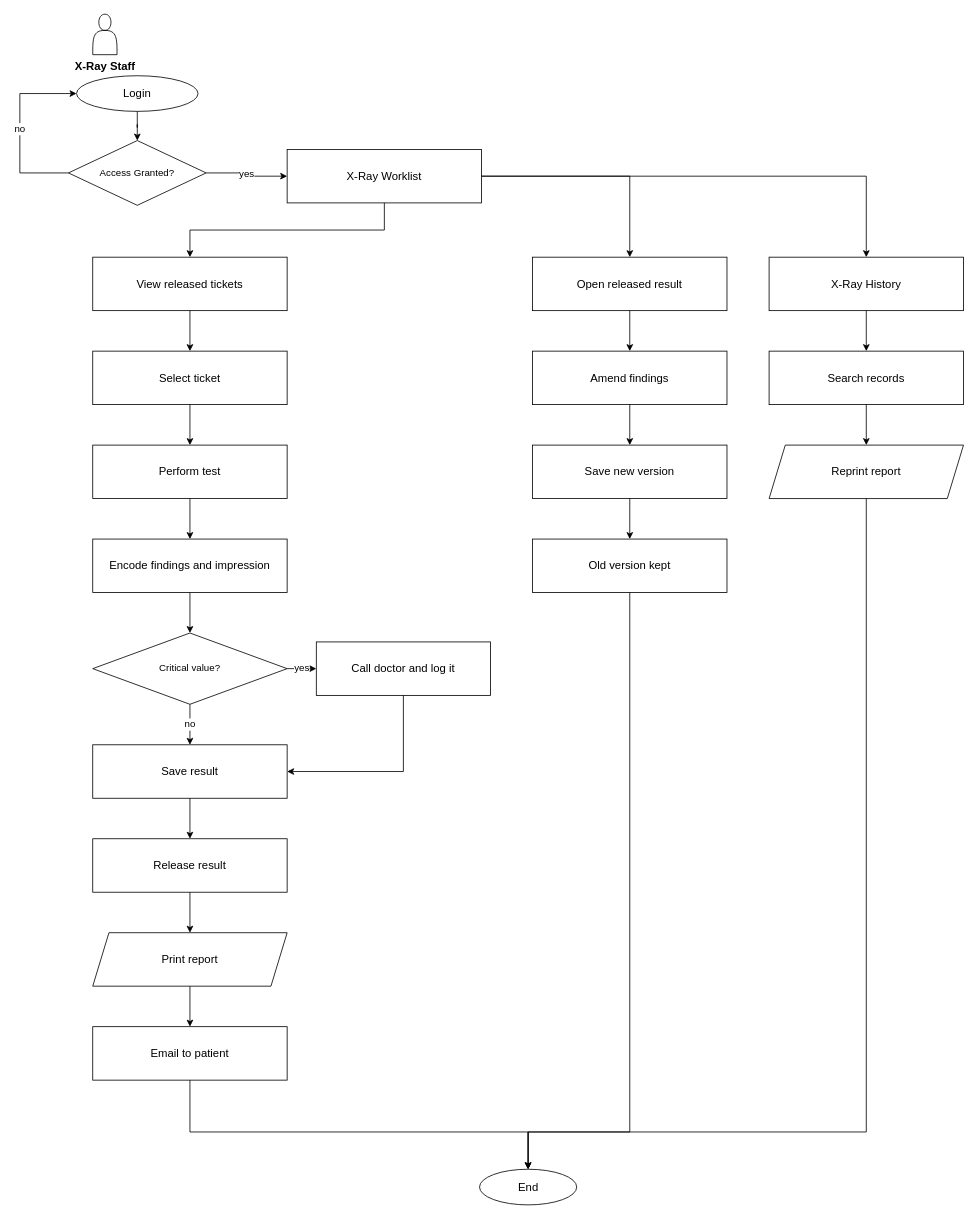
Earlier version of the draw.io diagram page "X-Ray" (7 of 8) of docs/diagrams/flowcharts.drawio (steven23lz/Enlogada-Clinic-Management-System). Source tidied: cells renumbered, new cells numbered last; positions are measured from the earlier drawing's top-left corner, leaving out a move shared by most shapes. Both pictures are drawn from the tidied source at 81%, with x=0, y=0 at pixel (19, 14).
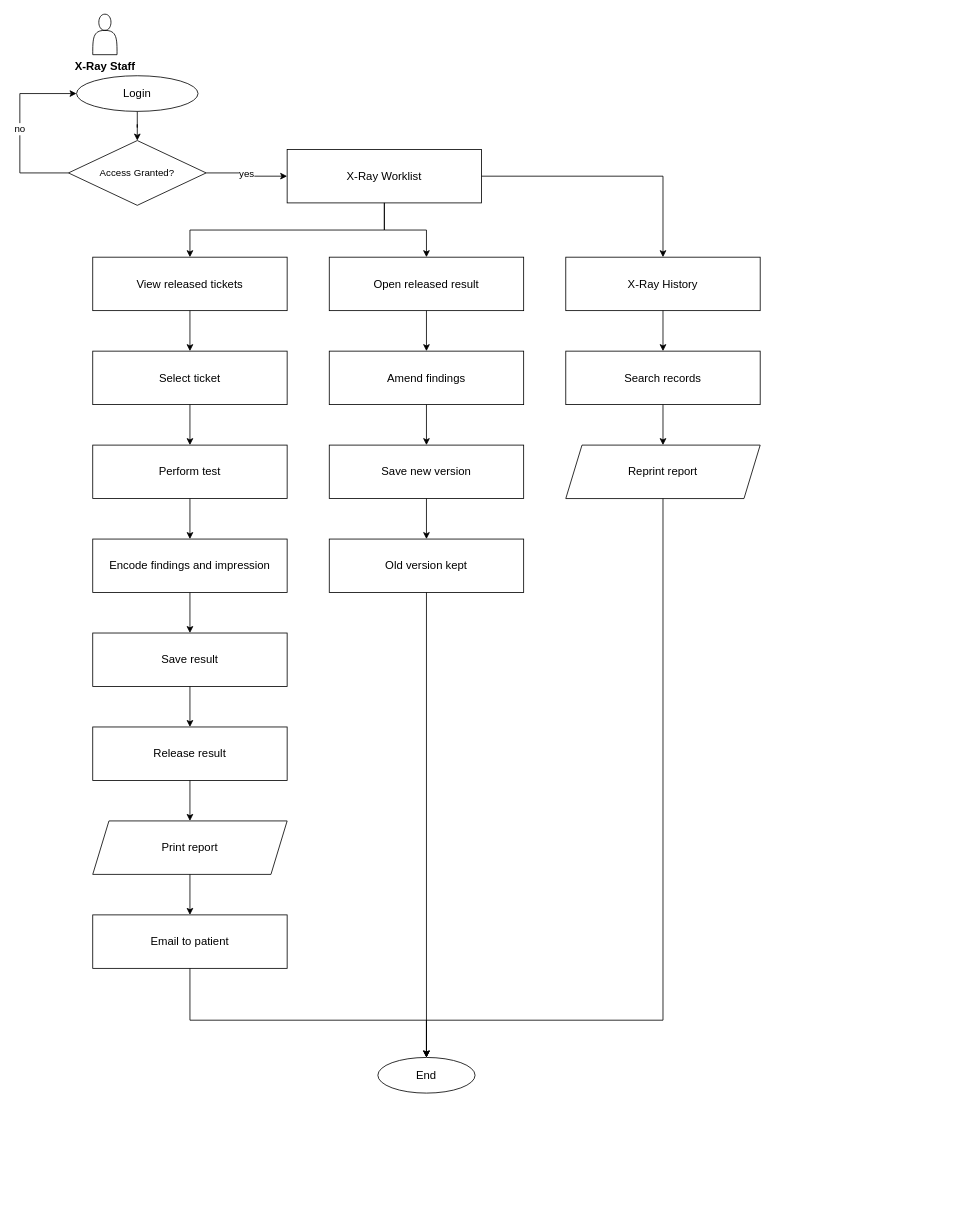
The same diagram, later.

Unchanged cells that the change refers to:
```xml
<mxCell id="5" value="X-Ray Worklist" style="rounded=0;whiteSpace=wrap;html=1;fontFamily=Helvetica;fontSize=14;fontColor=#000000;strokeColor=#000000;" parent="1" vertex="1">
  <mxGeometry x="330" y="167" width="240" height="66" as="geometry" />
</mxCell>
<mxCell id="9" value="View released tickets" style="rounded=0;whiteSpace=wrap;html=1;fontFamily=Helvetica;fontSize=14;fontColor=#000000;strokeColor=#000000;" parent="1" vertex="1">
  <mxGeometry x="90" y="300" width="240" height="66" as="geometry" />
</mxCell>
<mxCell id="10" value="Select ticket" style="rounded=0;whiteSpace=wrap;html=1;fontFamily=Helvetica;fontSize=14;fontColor=#000000;strokeColor=#000000;" parent="1" vertex="1">
  <mxGeometry x="90" y="416" width="240" height="66" as="geometry" />
</mxCell>
<mxCell id="11" value="Perform test" style="rounded=0;whiteSpace=wrap;html=1;fontFamily=Helvetica;fontSize=14;fontColor=#000000;strokeColor=#000000;" parent="1" vertex="1">
  <mxGeometry x="90" y="532" width="240" height="66" as="geometry" />
</mxCell>
<mxCell id="12" value="Encode findings and impression" style="rounded=0;whiteSpace=wrap;html=1;fontFamily=Helvetica;fontSize=14;fontColor=#000000;strokeColor=#000000;" parent="1" vertex="1">
  <mxGeometry x="90" y="648" width="240" height="66" as="geometry" />
</mxCell>
```

The edit, as a diff of the source:
```diff
@@
-    <mxCell id="13" value="Critical value?" style="rhombus;whiteSpace=wrap;html=1;fontFamily=Helvetica;fontSize=12;fontColor=#000000;strokeColor=#000000;" parent="1" vertex="1">
-      <mxGeometry x="90" y="764" width="240" height="88" as="geometry" />
+    <mxCell id="13" value="Save result" style="rounded=0;whiteSpace=wrap;html=1;fontFamily=Helvetica;fontSize=14;fontColor=#000000;strokeColor=#000000;" parent="1" vertex="1">
+      <mxGeometry x="90" y="764" width="240" height="66" as="geometry" />
     </mxCell>
-    <mxCell id="14" value="Save result" style="rounded=0;whiteSpace=wrap;html=1;fontFamily=Helvetica;fontSize=14;fontColor=#000000;strokeColor=#000000;" parent="1" vertex="1">
-      <mxGeometry x="90" y="902" width="240" height="66" as="geometry" />
+    <mxCell id="14" value="Release result" style="rounded=0;whiteSpace=wrap;html=1;fontFamily=Helvetica;fontSize=14;fontColor=#000000;strokeColor=#000000;" parent="1" vertex="1">
+      <mxGeometry x="90" y="880" width="240" height="66" as="geometry" />
     </mxCell>
-    <mxCell id="15" value="Release result" style="rounded=0;whiteSpace=wrap;html=1;fontFamily=Helvetica;fontSize=14;fontColor=#000000;strokeColor=#000000;" parent="1" vertex="1">
-      <mxGeometry x="90" y="1018" width="240" height="66" as="geometry" />
+    <mxCell id="15" value="Print report" style="shape=parallelogram;perimeter=parallelogramPerimeter;whiteSpace=wrap;html=1;fixedSize=1;fontFamily=Helvetica;fontSize=14;fontColor=#000000;strokeColor=#000000;" parent="1" vertex="1">
+      <mxGeometry x="90" y="996" width="240" height="66" as="geometry" />
     </mxCell>
-    <mxCell id="16" value="Print report" style="shape=parallelogram;perimeter=parallelogramPerimeter;whiteSpace=wrap;html=1;fixedSize=1;fontFamily=Helvetica;fontSize=14;fontColor=#000000;strokeColor=#000000;" parent="1" vertex="1">
-      <mxGeometry x="90" y="1134" width="240" height="66" as="geometry" />
+    <mxCell id="16" value="Email to patient" style="rounded=0;whiteSpace=wrap;html=1;fontFamily=Helvetica;fontSize=14;fontColor=#000000;strokeColor=#000000;" parent="1" vertex="1">
+      <mxGeometry x="90" y="1112" width="240" height="66" as="geometry" />
     </mxCell>
-    <mxCell id="17" value="Email to patient" style="rounded=0;whiteSpace=wrap;html=1;fontFamily=Helvetica;fontSize=14;fontColor=#000000;strokeColor=#000000;" parent="1" vertex="1">
-      <mxGeometry x="90" y="1250" width="240" height="66" as="geometry" />
-    </mxCell>
+    <mxCell id="48" style="edgeStyle=orthogonalEdgeStyle;rounded=0;html=1;jettySize=auto;fontFamily=Helvetica;fontSize=12;fontColor=#000000;strokeColor=#000000;" parent="1" edge="1" source="5" target="9">
+      <mxGeometry relative="1" as="geometry" />
+    </mxCell>
-    <mxCell id="18" style="edgeStyle=orthogonalEdgeStyle;rounded=0;html=1;jettySize=auto;fontFamily=Helvetica;fontSize=12;fontColor=#000000;strokeColor=#000000;" parent="1" edge="1" source="5" target="9">
+    <mxCell id="18" style="edgeStyle=orthogonalEdgeStyle;rounded=0;html=1;jettySize=auto;fontFamily=Helvetica;fontSize=12;fontColor=#000000;strokeColor=#000000;" parent="1" edge="1" source="9" target="10">
       <mxGeometry relative="1" as="geometry" />
     </mxCell>
-    <mxCell id="19" style="edgeStyle=orthogonalEdgeStyle;rounded=0;html=1;jettySize=auto;fontFamily=Helvetica;fontSize=12;fontColor=#000000;strokeColor=#000000;" parent="1" edge="1" source="9" target="10">
+    <mxCell id="19" style="edgeStyle=orthogonalEdgeStyle;rounded=0;html=1;jettySize=auto;fontFamily=Helvetica;fontSize=12;fontColor=#000000;strokeColor=#000000;" parent="1" edge="1" source="10" target="11">
       <mxGeometry relative="1" as="geometry" />
     </mxCell>
-    <mxCell id="20" style="edgeStyle=orthogonalEdgeStyle;rounded=0;html=1;jettySize=auto;fontFamily=Helvetica;fontSize=12;fontColor=#000000;strokeColor=#000000;" parent="1" edge="1" source="10" target="11">
+    <mxCell id="20" style="edgeStyle=orthogonalEdgeStyle;rounded=0;html=1;jettySize=auto;fontFamily=Helvetica;fontSize=12;fontColor=#000000;strokeColor=#000000;" parent="1" edge="1" source="11" target="12">
       <mxGeometry relative="1" as="geometry" />
     </mxCell>
-    <mxCell id="21" style="edgeStyle=orthogonalEdgeStyle;rounded=0;html=1;jettySize=auto;fontFamily=Helvetica;fontSize=12;fontColor=#000000;strokeColor=#000000;" parent="1" edge="1" source="11" target="12">
+    <mxCell id="21" style="edgeStyle=orthogonalEdgeStyle;rounded=0;html=1;jettySize=auto;fontFamily=Helvetica;fontSize=12;fontColor=#000000;strokeColor=#000000;" parent="1" edge="1" source="12" target="13">
       <mxGeometry relative="1" as="geometry" />
     </mxCell>
-    <mxCell id="22" style="edgeStyle=orthogonalEdgeStyle;rounded=0;html=1;jettySize=auto;fontFamily=Helvetica;fontSize=12;fontColor=#000000;strokeColor=#000000;" parent="1" edge="1" source="12" target="13">
+    <mxCell id="22" style="edgeStyle=orthogonalEdgeStyle;rounded=0;html=1;jettySize=auto;fontFamily=Helvetica;fontSize=12;fontColor=#000000;strokeColor=#000000;" parent="1" edge="1" source="13" target="14">
       <mxGeometry relative="1" as="geometry" />
     </mxCell>
-    <mxCell id="23" value="Call doctor and log it" style="rounded=0;whiteSpace=wrap;html=1;fontFamily=Helvetica;fontSize=14;fontColor=#000000;strokeColor=#000000;" parent="1" vertex="1">
-      <mxGeometry x="366" y="775" width="215" height="66" as="geometry" />
-    </mxCell>
+    <mxCell id="27" style="edgeStyle=orthogonalEdgeStyle;rounded=0;html=1;jettySize=auto;fontFamily=Helvetica;fontSize=12;fontColor=#000000;strokeColor=#000000;" parent="1" edge="1" source="14" target="15">
+      <mxGeometry relative="1" as="geometry" />
+    </mxCell>
-    <mxCell id="24" value="yes" style="edgeStyle=orthogonalEdgeStyle;rounded=0;html=1;jettySize=auto;fontFamily=Helvetica;fontSize=12;fontColor=#000000;strokeColor=#000000;" parent="1" edge="1" source="13" target="23">
+    <mxCell id="24" style="edgeStyle=orthogonalEdgeStyle;rounded=0;html=1;jettySize=auto;fontFamily=Helvetica;fontSize=12;fontColor=#000000;strokeColor=#000000;" parent="1" edge="1" source="15" target="16">
       <mxGeometry relative="1" as="geometry" />
     </mxCell>
-    <mxCell id="25" style="edgeStyle=orthogonalEdgeStyle;rounded=0;html=1;jettySize=auto;fontFamily=Helvetica;fontSize=12;fontColor=#000000;strokeColor=#000000;exitX=0.5;exitY=1;exitDx=0;exitDy=0;entryX=1;entryY=0.5;entryDx=0;entryDy=0;" parent="1" edge="1" source="23" target="14">
-      <mxGeometry relative="1" as="geometry" />
-    </mxCell>
-    <mxCell id="26" value="no" style="edgeStyle=orthogonalEdgeStyle;rounded=0;html=1;jettySize=auto;fontFamily=Helvetica;fontSize=12;fontColor=#000000;strokeColor=#000000;" parent="1" edge="1" source="13" target="14">
-      <mxGeometry relative="1" as="geometry" />
-    </mxCell>
-    <mxCell id="27" style="edgeStyle=orthogonalEdgeStyle;rounded=0;html=1;jettySize=auto;fontFamily=Helvetica;fontSize=12;fontColor=#000000;strokeColor=#000000;" parent="1" edge="1" source="14" target="15">
-      <mxGeometry relative="1" as="geometry" />
-    </mxCell>
-    <mxCell id="28" style="edgeStyle=orthogonalEdgeStyle;rounded=0;html=1;jettySize=auto;fontFamily=Helvetica;fontSize=12;fontColor=#000000;strokeColor=#000000;" parent="1" edge="1" source="15" target="16">
-      <mxGeometry relative="1" as="geometry" />
-    </mxCell>
-    <mxCell id="29" style="edgeStyle=orthogonalEdgeStyle;rounded=0;html=1;jettySize=auto;fontFamily=Helvetica;fontSize=12;fontColor=#000000;strokeColor=#000000;" parent="1" edge="1" source="16" target="17">
-      <mxGeometry relative="1" as="geometry" />
-    </mxCell>
     <mxCell id="30" value="Open released result" style="rounded=0;whiteSpace=wrap;html=1;fontFamily=Helvetica;fontSize=14;fontColor=#000000;strokeColor=#000000;" parent="1" vertex="1">
-      <mxGeometry x="633" y="300" width="240" height="66" as="geometry" />
+      <mxGeometry x="382" y="300" width="240" height="66" as="geometry" />
     </mxCell>
     <mxCell id="31" value="Amend findings" style="rounded=0;whiteSpace=wrap;html=1;fontFamily=Helvetica;fontSize=14;fontColor=#000000;strokeColor=#000000;" parent="1" vertex="1">
-      <mxGeometry x="633" y="416" width="240" height="66" as="geometry" />
+      <mxGeometry x="382" y="416" width="240" height="66" as="geometry" />
     </mxCell>
     <mxCell id="32" value="Save new version" style="rounded=0;whiteSpace=wrap;html=1;fontFamily=Helvetica;fontSize=14;fontColor=#000000;strokeColor=#000000;" parent="1" vertex="1">
-      <mxGeometry x="633" y="532" width="240" height="66" as="geometry" />
+      <mxGeometry x="382" y="532" width="240" height="66" as="geometry" />
     </mxCell>
+    <mxCell id="49" value="Old version kept" style="rounded=0;whiteSpace=wrap;html=1;fontFamily=Helvetica;fontSize=14;fontColor=#000000;strokeColor=#000000;" parent="1" vertex="1">
+      <mxGeometry x="382" y="648" width="240" height="66" as="geometry" />
+    </mxCell>
+    <mxCell id="29" style="edgeStyle=orthogonalEdgeStyle;rounded=0;html=1;jettySize=auto;fontFamily=Helvetica;fontSize=12;fontColor=#000000;strokeColor=#000000;" parent="1" edge="1" source="5" target="30">
+      <mxGeometry relative="1" as="geometry" />
+    </mxCell>
+    <mxCell id="35" style="edgeStyle=orthogonalEdgeStyle;rounded=0;html=1;jettySize=auto;fontFamily=Helvetica;fontSize=12;fontColor=#000000;strokeColor=#000000;" parent="1" edge="1" source="30" target="31">
+      <mxGeometry relative="1" as="geometry" />
+    </mxCell>
+    <mxCell id="50" style="edgeStyle=orthogonalEdgeStyle;rounded=0;html=1;jettySize=auto;fontFamily=Helvetica;fontSize=12;fontColor=#000000;strokeColor=#000000;" parent="1" edge="1" source="31" target="32">
+      <mxGeometry relative="1" as="geometry" />
+    </mxCell>
+    <mxCell id="51" style="edgeStyle=orthogonalEdgeStyle;rounded=0;html=1;jettySize=auto;fontFamily=Helvetica;fontSize=12;fontColor=#000000;strokeColor=#000000;" parent="1" edge="1" source="32" target="49">
+      <mxGeometry relative="1" as="geometry" />
+    </mxCell>
-    <mxCell id="33" value="Old version kept" style="rounded=0;whiteSpace=wrap;html=1;fontFamily=Helvetica;fontSize=14;fontColor=#000000;strokeColor=#000000;" parent="1" vertex="1">
-      <mxGeometry x="633" y="648" width="240" height="66" as="geometry" />
+    <mxCell id="33" value="X-Ray History" style="rounded=0;whiteSpace=wrap;html=1;fontFamily=Helvetica;fontSize=14;fontColor=#000000;strokeColor=#000000;" parent="1" vertex="1">
+      <mxGeometry x="674" y="300" width="240" height="66" as="geometry" />
     </mxCell>
-    <mxCell id="34" style="edgeStyle=orthogonalEdgeStyle;rounded=0;html=1;jettySize=auto;fontFamily=Helvetica;fontSize=12;fontColor=#000000;strokeColor=#000000;" parent="1" edge="1" source="5" target="30">
-      <mxGeometry relative="1" as="geometry" />
-    </mxCell>
-    <mxCell id="35" style="edgeStyle=orthogonalEdgeStyle;rounded=0;html=1;jettySize=auto;fontFamily=Helvetica;fontSize=12;fontColor=#000000;strokeColor=#000000;" parent="1" edge="1" source="30" target="31">
-      <mxGeometry relative="1" as="geometry" />
-    </mxCell>
+    <mxCell id="52" value="Search records" style="rounded=0;whiteSpace=wrap;html=1;fontFamily=Helvetica;fontSize=14;fontColor=#000000;strokeColor=#000000;" parent="1" vertex="1">
+      <mxGeometry x="674" y="416" width="240" height="66" as="geometry" />
+    </mxCell>
+    <mxCell id="40" value="Reprint report" style="shape=parallelogram;perimeter=parallelogramPerimeter;whiteSpace=wrap;html=1;fixedSize=1;fontFamily=Helvetica;fontSize=14;fontColor=#000000;strokeColor=#000000;" parent="1" vertex="1">
+      <mxGeometry x="674" y="532" width="240" height="66" as="geometry" />
+    </mxCell>
-    <mxCell id="36" style="edgeStyle=orthogonalEdgeStyle;rounded=0;html=1;jettySize=auto;fontFamily=Helvetica;fontSize=12;fontColor=#000000;strokeColor=#000000;" parent="1" edge="1" source="31" target="32">
+    <mxCell id="36" style="edgeStyle=orthogonalEdgeStyle;rounded=0;html=1;jettySize=auto;fontFamily=Helvetica;fontSize=12;fontColor=#000000;strokeColor=#000000;" parent="1" edge="1" source="5" target="33">
       <mxGeometry relative="1" as="geometry" />
     </mxCell>
-    <mxCell id="37" style="edgeStyle=orthogonalEdgeStyle;rounded=0;html=1;jettySize=auto;fontFamily=Helvetica;fontSize=12;fontColor=#000000;strokeColor=#000000;" parent="1" edge="1" source="32" target="33">
+    <mxCell id="37" style="edgeStyle=orthogonalEdgeStyle;rounded=0;html=1;jettySize=auto;fontFamily=Helvetica;fontSize=12;fontColor=#000000;strokeColor=#000000;" parent="1" edge="1" source="33" target="52">
       <mxGeometry relative="1" as="geometry" />
     </mxCell>
-    <mxCell id="38" value="X-Ray History" style="rounded=0;whiteSpace=wrap;html=1;fontFamily=Helvetica;fontSize=14;fontColor=#000000;strokeColor=#000000;" parent="1" vertex="1">
-      <mxGeometry x="925" y="300" width="240" height="66" as="geometry" />
-    </mxCell>
+    <mxCell id="53" style="edgeStyle=orthogonalEdgeStyle;rounded=0;html=1;jettySize=auto;fontFamily=Helvetica;fontSize=12;fontColor=#000000;strokeColor=#000000;" parent="1" edge="1" source="52" target="40">
+      <mxGeometry relative="1" as="geometry" />
+    </mxCell>
-    <mxCell id="39" value="Search records" style="rounded=0;whiteSpace=wrap;html=1;fontFamily=Helvetica;fontSize=14;fontColor=#000000;strokeColor=#000000;" parent="1" vertex="1">
-      <mxGeometry x="925" y="416" width="240" height="66" as="geometry" />
+    <mxCell id="39" value="End" style="ellipse;whiteSpace=wrap;html=1;fontFamily=Helvetica;fontSize=14;fontColor=#000000;strokeColor=#000000;" parent="1" vertex="1">
+      <mxGeometry x="442" y="1288" width="120" height="44" as="geometry" />
     </mxCell>
-    <mxCell id="40" value="Reprint report" style="shape=parallelogram;perimeter=parallelogramPerimeter;whiteSpace=wrap;html=1;fixedSize=1;fontFamily=Helvetica;fontSize=14;fontColor=#000000;strokeColor=#000000;" parent="1" vertex="1">
-      <mxGeometry x="925" y="532" width="240" height="66" as="geometry" />
-    </mxCell>
+    <mxCell id="54" style="edgeStyle=orthogonalEdgeStyle;rounded=0;html=1;jettySize=auto;fontFamily=Helvetica;fontSize=12;fontColor=#000000;strokeColor=#000000;exitX=0.5;exitY=1;exitDx=0;exitDy=0;" parent="1" edge="1" source="16" target="39">
+      <mxGeometry relative="1" as="geometry">
+        <Array as="points">
+          <mxPoint x="210" y="1242" />
+        </Array>
+      </mxGeometry>
+    </mxCell>
-    <mxCell id="41" style="edgeStyle=orthogonalEdgeStyle;rounded=0;html=1;jettySize=auto;fontFamily=Helvetica;fontSize=12;fontColor=#000000;strokeColor=#000000;" parent="1" edge="1" source="5" target="38">
-      <mxGeometry relative="1" as="geometry" />
+    <mxCell id="41" style="edgeStyle=orthogonalEdgeStyle;rounded=0;html=1;jettySize=auto;fontFamily=Helvetica;fontSize=12;fontColor=#000000;strokeColor=#000000;exitX=0.5;exitY=1;exitDx=0;exitDy=0;" parent="1" edge="1" source="49" target="39">
+      <mxGeometry relative="1" as="geometry">
+        <Array as="points">
+          <mxPoint x="502" y="1242" />
+        </Array>
+      </mxGeometry>
     </mxCell>
-    <mxCell id="42" style="edgeStyle=orthogonalEdgeStyle;rounded=0;html=1;jettySize=auto;fontFamily=Helvetica;fontSize=12;fontColor=#000000;strokeColor=#000000;" parent="1" edge="1" source="38" target="39">
-      <mxGeometry relative="1" as="geometry" />
+    <mxCell id="42" style="edgeStyle=orthogonalEdgeStyle;rounded=0;html=1;jettySize=auto;fontFamily=Helvetica;fontSize=12;fontColor=#000000;strokeColor=#000000;exitX=0.5;exitY=1;exitDx=0;exitDy=0;" parent="1" edge="1" source="40" target="39">
+      <mxGeometry relative="1" as="geometry">
+        <Array as="points">
+          <mxPoint x="794" y="1242" />
+        </Array>
+      </mxGeometry>
     </mxCell>
-    <mxCell id="43" style="edgeStyle=orthogonalEdgeStyle;rounded=0;html=1;jettySize=auto;fontFamily=Helvetica;fontSize=12;fontColor=#000000;strokeColor=#000000;" parent="1" edge="1" source="39" target="40">
-      <mxGeometry relative="1" as="geometry" />
-    </mxCell>
-    <mxCell id="44" value="End" style="ellipse;whiteSpace=wrap;html=1;fontFamily=Helvetica;fontSize=14;fontColor=#000000;strokeColor=#000000;" parent="1" vertex="1">
-      <mxGeometry x="567.5" y="1426" width="120" height="44" as="geometry" />
-    </mxCell>
-    <mxCell id="45" style="edgeStyle=orthogonalEdgeStyle;rounded=0;html=1;jettySize=auto;fontFamily=Helvetica;fontSize=12;fontColor=#000000;strokeColor=#000000;exitX=0.5;exitY=1;exitDx=0;exitDy=0;" parent="1" edge="1" source="17" target="44">
-      <mxGeometry relative="1" as="geometry">
-        <Array as="points">
-          <mxPoint x="210" y="1380" />
-        </Array>
-      </mxGeometry>
-    </mxCell>
-    <mxCell id="46" style="edgeStyle=orthogonalEdgeStyle;rounded=0;html=1;jettySize=auto;fontFamily=Helvetica;fontSize=12;fontColor=#000000;strokeColor=#000000;exitX=0.5;exitY=1;exitDx=0;exitDy=0;" parent="1" edge="1" source="33" target="44">
-      <mxGeometry relative="1" as="geometry">
-        <Array as="points">
-          <mxPoint x="753" y="1380" />
-        </Array>
-      </mxGeometry>
-    </mxCell>
-    <mxCell id="47" style="edgeStyle=orthogonalEdgeStyle;rounded=0;html=1;jettySize=auto;fontFamily=Helvetica;fontSize=12;fontColor=#000000;strokeColor=#000000;exitX=0.5;exitY=1;exitDx=0;exitDy=0;" parent="1" edge="1" source="40" target="44">
-      <mxGeometry relative="1" as="geometry">
-        <Array as="points">
-          <mxPoint x="1045" y="1380" />
-        </Array>
-      </mxGeometry>
-    </mxCell>
```
